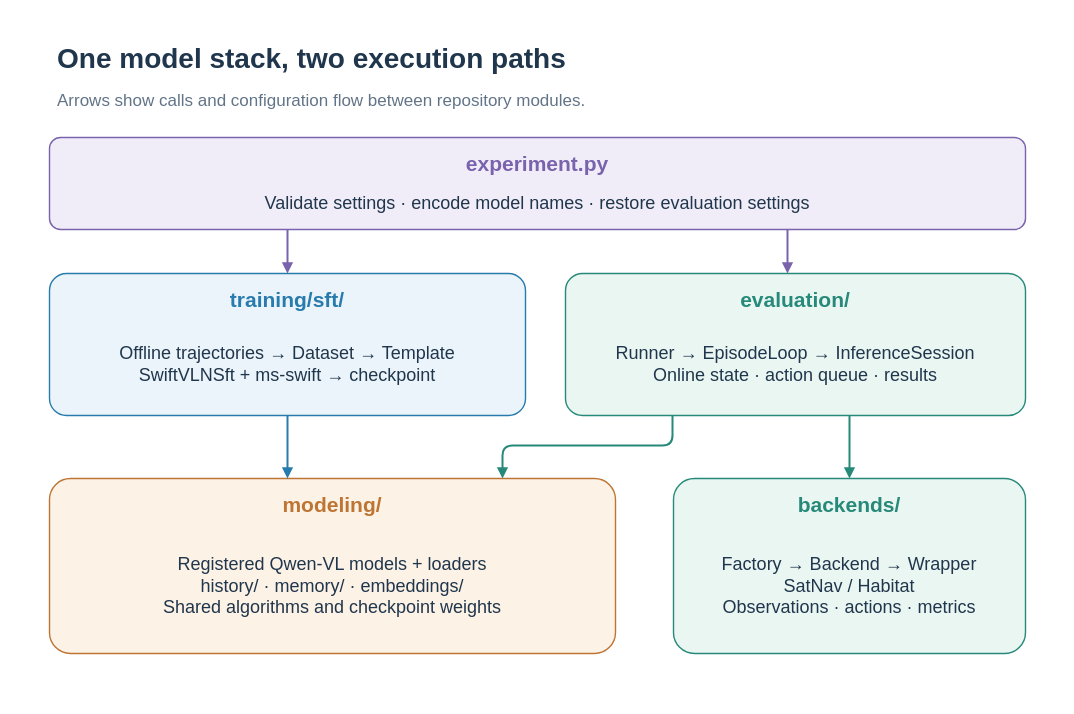
The draw.io diagram docs/assets/workflows/architecture.en-US.drawio in Eku127/SwiftVLN, before the edit. Source tidied: cells renumbered, new cells numbered last; positions are measured from the earlier drawing's top-left corner, leaving out a move shared by most shapes. Both pictures are drawn from the tidied source at 100%, with x=0, y=0 at pixel (17, 17).
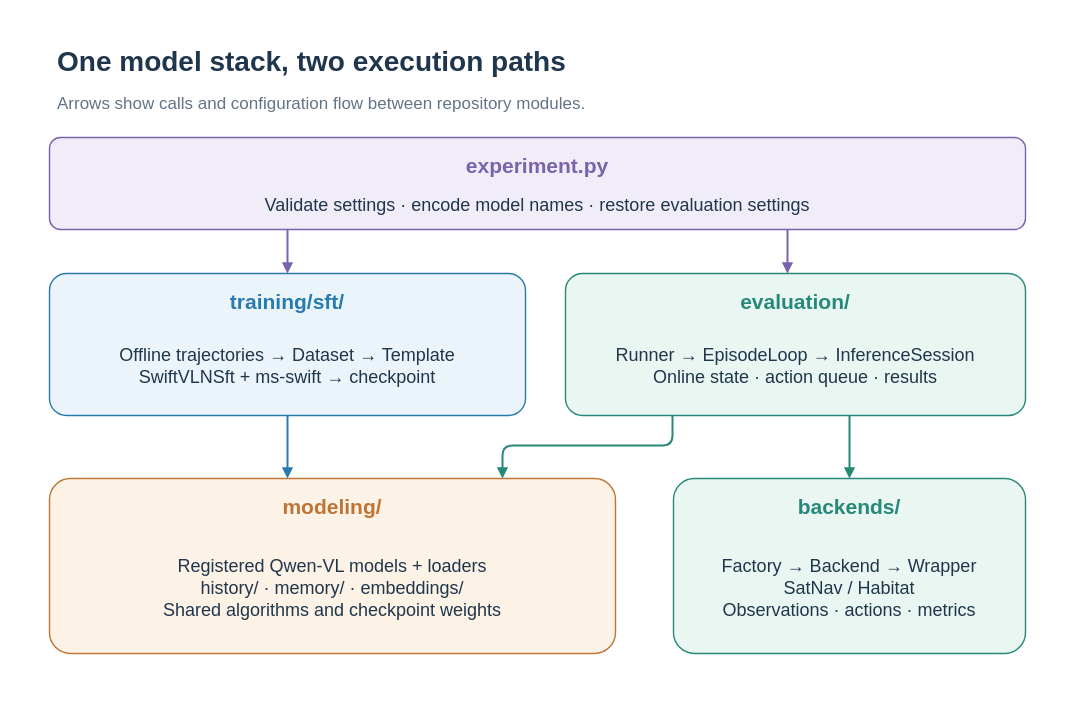
The same page after the edit.

Change to the diagram source:
```diff
@@
-    <mxCell id="2" style="rounded=0;arcSize=12;whiteSpace=wrap;html=0;fillColor=#FFFFFF;strokeColor=none;strokeWidth=1.4;fontColor=#20364C;fontFamily=Arial;fontSize=19;fontStyle=0;align=center;verticalAlign=middle;spacing=8;" parent="1" vertex="1">
+    <mxCell id="2" style="rounded=0;arcSize=12;whiteSpace=nowrap;html=0;fillColor=#FFFFFF;strokeColor=none;strokeWidth=1.4;fontColor=#20364C;fontFamily=Arial;fontSize=19;fontStyle=0;align=center;verticalAlign=middle;spacing=8;" parent="1" vertex="1">
       <mxGeometry width="1040" height="680" as="geometry" />
     </mxCell>
-    <mxCell id="3" value="One model stack, two execution paths" style="rounded=0;arcSize=12;whiteSpace=wrap;html=0;fillColor=none;strokeColor=none;strokeWidth=1.4;fontColor=#20364C;fontFamily=Arial;fontSize=28;fontStyle=1;align=left;verticalAlign=middle;spacing=8;" parent="1" vertex="1">
+    <mxCell id="3" value="One model stack, two execution paths" style="rounded=0;arcSize=12;whiteSpace=nowrap;html=0;fillColor=none;strokeColor=none;strokeWidth=1.4;fontColor=#20364C;fontFamily=Arial;fontSize=28;fontStyle=1;align=left;verticalAlign=middle;spacing=8;" parent="1" vertex="1">
       <mxGeometry x="32" y="22" width="970" height="38" as="geometry" />
     </mxCell>
-    <mxCell id="4" value="Arrows show calls and configuration flow between repository modules." style="rounded=0;arcSize=12;whiteSpace=wrap;html=0;fillColor=none;strokeColor=none;strokeWidth=1.4;fontColor=#627487;fontFamily=Arial;fontSize=17;fontStyle=0;align=left;verticalAlign=middle;spacing=8;" parent="1" vertex="1">
+    <mxCell id="4" value="Arrows show calls and configuration flow between repository modules." style="rounded=0;arcSize=12;whiteSpace=nowrap;html=0;fillColor=none;strokeColor=none;strokeWidth=1.4;fontColor=#627487;fontFamily=Arial;fontSize=17;fontStyle=0;align=left;verticalAlign=middle;spacing=8;" parent="1" vertex="1">
       <mxGeometry x="32" y="67" width="970" height="34" as="geometry" />
     </mxCell>
-    <mxCell id="5" style="rounded=1;arcSize=12;whiteSpace=wrap;html=0;fillColor=#F1EDF8;strokeColor=#7963AC;strokeWidth=1.4;fontColor=#20364C;fontFamily=Arial;fontSize=19;fontStyle=0;align=center;verticalAlign=middle;spacing=8;" parent="1" vertex="1">
+    <mxCell id="5" style="rounded=1;arcSize=12;whiteSpace=nowrap;html=0;fillColor=#F1EDF8;strokeColor=#7963AC;strokeWidth=1.4;fontColor=#20364C;fontFamily=Arial;fontSize=19;fontStyle=0;align=center;verticalAlign=middle;spacing=8;" parent="1" vertex="1">
       <mxGeometry x="32" y="120" width="976" height="92" as="geometry" />
     </mxCell>
-    <mxCell id="6" value="experiment.py" style="rounded=0;arcSize=12;whiteSpace=wrap;html=0;fillColor=none;strokeColor=none;strokeWidth=1.4;fontColor=#7963AC;fontFamily=Arial;fontSize=21;fontStyle=1;align=center;verticalAlign=middle;spacing=8;" parent="1" vertex="1">
+    <mxCell id="6" value="experiment.py" style="rounded=0;arcSize=12;whiteSpace=nowrap;html=0;fillColor=none;strokeColor=none;strokeWidth=1.4;fontColor=#7963AC;fontFamily=Arial;fontSize=21;fontStyle=1;align=center;verticalAlign=middle;spacing=8;" parent="1" vertex="1">
       <mxGeometry x="42" y="130" width="956" height="32" as="geometry" />
     </mxCell>
-    <mxCell id="7" value="Validate settings · encode model names · restore evaluation settings" style="rounded=0;arcSize=12;whiteSpace=wrap;html=0;fillColor=none;strokeColor=none;strokeWidth=1.4;fontColor=#20364C;fontFamily=Arial;fontSize=18;fontStyle=0;align=center;verticalAlign=middle;spacing=8;" parent="1" vertex="1">
+    <mxCell id="7" value="Validate settings · encode model names · restore evaluation settings" style="rounded=0;arcSize=12;whiteSpace=nowrap;html=0;fillColor=none;strokeColor=none;strokeWidth=1.4;fontColor=#20364C;fontFamily=Arial;fontSize=18;fontStyle=0;align=center;verticalAlign=middle;spacing=8;" parent="1" vertex="1">
       <mxGeometry x="42" y="166" width="956" height="40" as="geometry" />
     </mxCell>
@@
-    <mxCell id="10" style="rounded=1;arcSize=12;whiteSpace=wrap;html=0;fillColor=#EBF4FA;strokeColor=#287BAD;strokeWidth=1.4;fontColor=#20364C;fontFamily=Arial;fontSize=19;fontStyle=0;align=center;verticalAlign=middle;spacing=8;" parent="1" vertex="1">
+    <mxCell id="10" style="rounded=1;arcSize=12;whiteSpace=nowrap;html=0;fillColor=#EBF4FA;strokeColor=#287BAD;strokeWidth=1.4;fontColor=#20364C;fontFamily=Arial;fontSize=19;fontStyle=0;align=center;verticalAlign=middle;spacing=8;" parent="1" vertex="1">
       <mxGeometry x="32" y="256" width="476" height="142" as="geometry" />
     </mxCell>
-    <mxCell id="11" value="training/sft/" style="rounded=0;arcSize=12;whiteSpace=wrap;html=0;fillColor=none;strokeColor=none;strokeWidth=1.4;fontColor=#287BAD;fontFamily=Arial;fontSize=21;fontStyle=1;align=center;verticalAlign=middle;spacing=8;" parent="1" vertex="1">
+    <mxCell id="11" value="training/sft/" style="rounded=0;arcSize=12;whiteSpace=nowrap;html=0;fillColor=none;strokeColor=none;strokeWidth=1.4;fontColor=#287BAD;fontFamily=Arial;fontSize=21;fontStyle=1;align=center;verticalAlign=middle;spacing=8;" parent="1" vertex="1">
       <mxGeometry x="42" y="266" width="456" height="32" as="geometry" />
     </mxCell>
-    <mxCell id="12" value="Offline trajectories → Dataset → Template&#10;SwiftVLNSft + ms-swift → checkpoint" style="rounded=0;arcSize=12;whiteSpace=wrap;html=0;fillColor=none;strokeColor=none;strokeWidth=1.4;fontColor=#20364C;fontFamily=Arial;fontSize=18;fontStyle=0;align=center;verticalAlign=middle;spacing=8;" parent="1" vertex="1">
+    <mxCell id="12" value="Offline trajectories → Dataset → Template&#10;SwiftVLNSft + ms-swift → checkpoint" style="rounded=0;arcSize=12;whiteSpace=nowrap;html=0;fillColor=none;strokeColor=none;strokeWidth=1.4;fontColor=#20364C;fontFamily=Arial;fontSize=18;fontStyle=0;align=center;verticalAlign=middle;spacing=8;" parent="1" vertex="1">
       <mxGeometry x="42" y="302" width="456" height="90" as="geometry" />
     </mxCell>
-    <mxCell id="13" style="rounded=1;arcSize=12;whiteSpace=wrap;html=0;fillColor=#EAF6F2;strokeColor=#268979;strokeWidth=1.4;fontColor=#20364C;fontFamily=Arial;fontSize=19;fontStyle=0;align=center;verticalAlign=middle;spacing=8;" parent="1" vertex="1">
+    <mxCell id="13" style="rounded=1;arcSize=12;whiteSpace=nowrap;html=0;fillColor=#EAF6F2;strokeColor=#268979;strokeWidth=1.4;fontColor=#20364C;fontFamily=Arial;fontSize=19;fontStyle=0;align=center;verticalAlign=middle;spacing=8;" parent="1" vertex="1">
       <mxGeometry x="548" y="256" width="460" height="142" as="geometry" />
     </mxCell>
-    <mxCell id="14" value="evaluation/" style="rounded=0;arcSize=12;whiteSpace=wrap;html=0;fillColor=none;strokeColor=none;strokeWidth=1.4;fontColor=#268979;fontFamily=Arial;fontSize=21;fontStyle=1;align=center;verticalAlign=middle;spacing=8;" parent="1" vertex="1">
+    <mxCell id="14" value="evaluation/" style="rounded=0;arcSize=12;whiteSpace=nowrap;html=0;fillColor=none;strokeColor=none;strokeWidth=1.4;fontColor=#268979;fontFamily=Arial;fontSize=21;fontStyle=1;align=center;verticalAlign=middle;spacing=8;" parent="1" vertex="1">
       <mxGeometry x="558" y="266" width="440" height="32" as="geometry" />
     </mxCell>
-    <mxCell id="15" value="Runner → EpisodeLoop → InferenceSession&#10;Online state · action queue · results" style="rounded=0;arcSize=12;whiteSpace=wrap;html=0;fillColor=none;strokeColor=none;strokeWidth=1.4;fontColor=#20364C;fontFamily=Arial;fontSize=18;fontStyle=0;align=center;verticalAlign=middle;spacing=8;" parent="1" vertex="1">
+    <mxCell id="15" value="Runner → EpisodeLoop → InferenceSession&#10;Online state · action queue · results" style="rounded=0;arcSize=12;whiteSpace=nowrap;html=0;fillColor=none;strokeColor=none;strokeWidth=1.4;fontColor=#20364C;fontFamily=Arial;fontSize=18;fontStyle=0;align=center;verticalAlign=middle;spacing=8;" parent="1" vertex="1">
       <mxGeometry x="558" y="302" width="440" height="90" as="geometry" />
     </mxCell>
-    <mxCell id="16" style="rounded=1;arcSize=12;whiteSpace=wrap;html=0;fillColor=#FCF2E6;strokeColor=#BE7534;strokeWidth=1.4;fontColor=#20364C;fontFamily=Arial;fontSize=19;fontStyle=0;align=center;verticalAlign=middle;spacing=8;" parent="1" vertex="1">
+    <mxCell id="16" style="rounded=1;arcSize=12;whiteSpace=nowrap;html=0;fillColor=#FCF2E6;strokeColor=#BE7534;strokeWidth=1.4;fontColor=#20364C;fontFamily=Arial;fontSize=19;fontStyle=0;align=center;verticalAlign=middle;spacing=8;" parent="1" vertex="1">
       <mxGeometry x="32" y="461" width="566" height="175" as="geometry" />
     </mxCell>
-    <mxCell id="17" value="modeling/" style="rounded=0;arcSize=12;whiteSpace=wrap;html=0;fillColor=none;strokeColor=none;strokeWidth=1.4;fontColor=#BE7534;fontFamily=Arial;fontSize=21;fontStyle=1;align=center;verticalAlign=middle;spacing=8;" parent="1" vertex="1">
+    <mxCell id="17" value="modeling/" style="rounded=0;arcSize=12;whiteSpace=nowrap;html=0;fillColor=none;strokeColor=none;strokeWidth=1.4;fontColor=#BE7534;fontFamily=Arial;fontSize=21;fontStyle=1;align=center;verticalAlign=middle;spacing=8;" parent="1" vertex="1">
       <mxGeometry x="42" y="471" width="546" height="32" as="geometry" />
     </mxCell>
-    <mxCell id="18" value="Registered Qwen-VL models + loaders&#10;history/ · memory/ · embeddings/&#10;Shared algorithms and checkpoint weights" style="rounded=0;arcSize=12;whiteSpace=wrap;html=0;fillColor=none;strokeColor=none;strokeWidth=1.4;fontColor=#20364C;fontFamily=Arial;fontSize=18;fontStyle=0;align=center;verticalAlign=middle;spacing=8;" parent="1" vertex="1">
+    <mxCell id="18" value="Registered Qwen-VL models + loaders&#10;history/ · memory/ · embeddings/&#10;Shared algorithms and checkpoint weights" style="rounded=0;arcSize=12;whiteSpace=nowrap;html=0;fillColor=none;strokeColor=none;strokeWidth=1.4;fontColor=#20364C;fontFamily=Arial;fontSize=18;fontStyle=0;align=center;verticalAlign=middle;spacing=8;" parent="1" vertex="1">
       <mxGeometry x="42" y="507" width="546" height="123" as="geometry" />
     </mxCell>
-    <mxCell id="19" style="rounded=1;arcSize=12;whiteSpace=wrap;html=0;fillColor=#EAF6F2;strokeColor=#268979;strokeWidth=1.4;fontColor=#20364C;fontFamily=Arial;fontSize=19;fontStyle=0;align=center;verticalAlign=middle;spacing=8;" parent="1" vertex="1">
+    <mxCell id="19" style="rounded=1;arcSize=12;whiteSpace=nowrap;html=0;fillColor=#EAF6F2;strokeColor=#268979;strokeWidth=1.4;fontColor=#20364C;fontFamily=Arial;fontSize=19;fontStyle=0;align=center;verticalAlign=middle;spacing=8;" parent="1" vertex="1">
       <mxGeometry x="656" y="461" width="352" height="175" as="geometry" />
     </mxCell>
-    <mxCell id="20" value="backends/" style="rounded=0;arcSize=12;whiteSpace=wrap;html=0;fillColor=none;strokeColor=none;strokeWidth=1.4;fontColor=#268979;fontFamily=Arial;fontSize=21;fontStyle=1;align=center;verticalAlign=middle;spacing=8;" parent="1" vertex="1">
+    <mxCell id="20" value="backends/" style="rounded=0;arcSize=12;whiteSpace=nowrap;html=0;fillColor=none;strokeColor=none;strokeWidth=1.4;fontColor=#268979;fontFamily=Arial;fontSize=21;fontStyle=1;align=center;verticalAlign=middle;spacing=8;" parent="1" vertex="1">
       <mxGeometry x="666" y="471" width="332" height="32" as="geometry" />
     </mxCell>
-    <mxCell id="21" value="Factory → Backend → Wrapper&#10;SatNav / Habitat&#10;Observations · actions · metrics" style="rounded=0;arcSize=12;whiteSpace=wrap;html=0;fillColor=none;strokeColor=none;strokeWidth=1.4;fontColor=#20364C;fontFamily=Arial;fontSize=18;fontStyle=0;align=center;verticalAlign=middle;spacing=8;" parent="1" vertex="1">
+    <mxCell id="21" value="Factory → Backend → Wrapper&#10;SatNav / Habitat&#10;Observations · actions · metrics" style="rounded=0;arcSize=12;whiteSpace=nowrap;html=0;fillColor=none;strokeColor=none;strokeWidth=1.4;fontColor=#20364C;fontFamily=Arial;fontSize=18;fontStyle=0;align=center;verticalAlign=middle;spacing=8;" parent="1" vertex="1">
       <mxGeometry x="666" y="507" width="332" height="123" as="geometry" />
     </mxCell>
```
